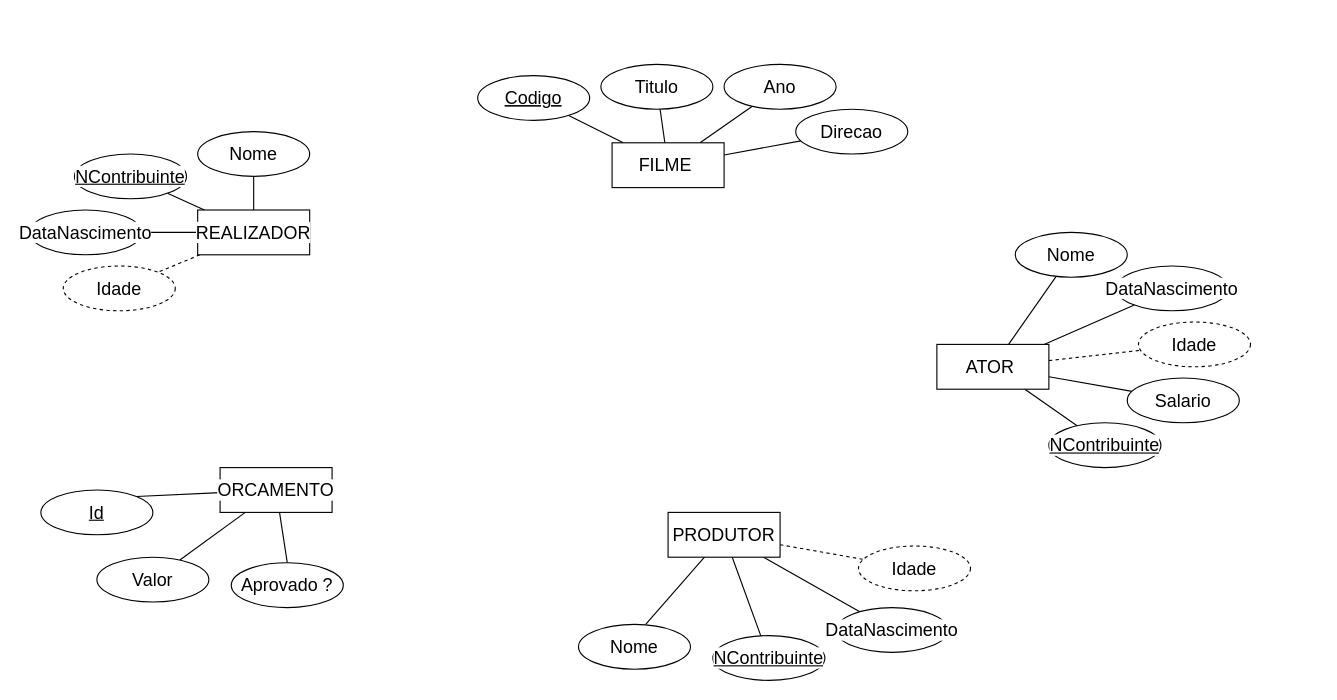
Earlier version of the draw.io diagram 2P-0811-TESTE-1-14622.drawio (Afas09/Analise-de-Sistemas). Source tidied: cells renumbered, new cells numbered last; positions are measured from the earlier drawing's top-left corner, leaving out a move shared by most shapes. Both pictures are drawn from the tidied source at 112%, with x=0, y=0 at pixel (29, 64).
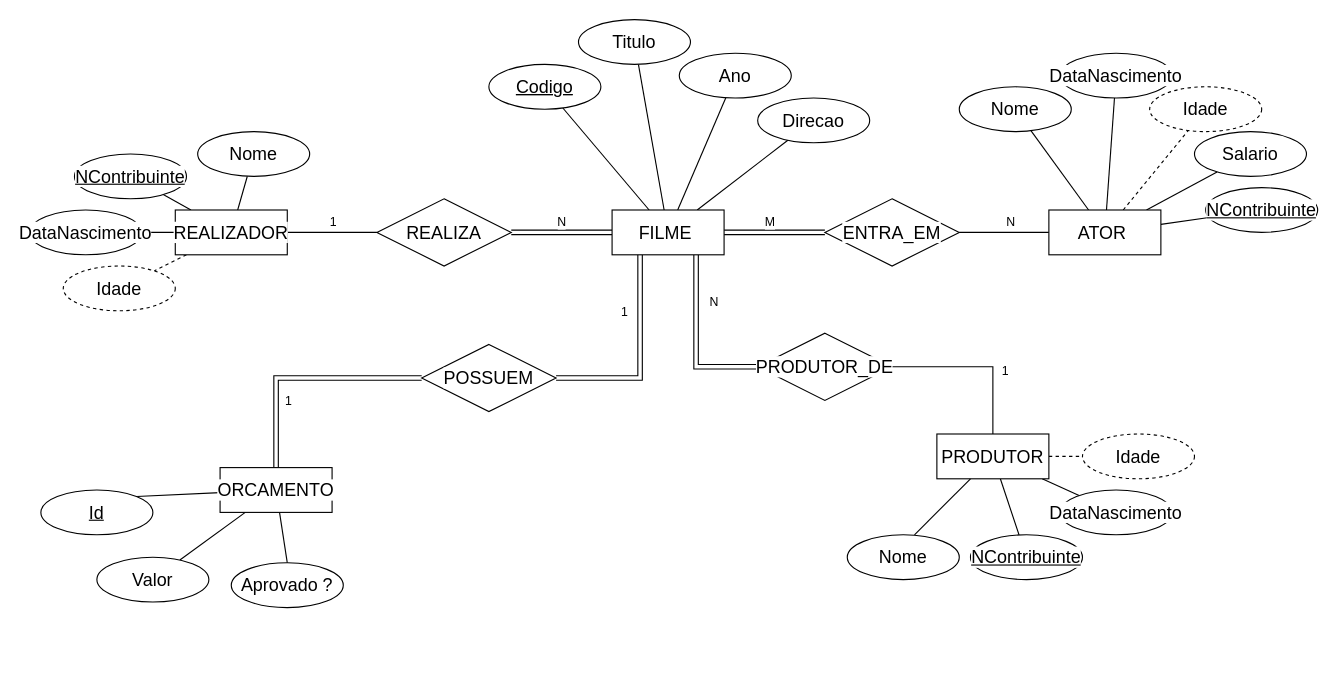
Above is the later version.

Unchanged cells that the change refers to:
```xml
<mxCell id="44" value="&lt;span id=&quot;docs-internal-guid-49eed530-7fff-8678-ce6c-9f40c225c63d&quot;&gt;&lt;span style=&quot;font-size: 12pt; font-family: Calibri, sans-serif; background-color: transparent; font-variant-numeric: normal; font-variant-east-asian: normal; font-variant-alternates: normal; font-variant-position: normal; font-variant-emoji: normal; vertical-align: baseline; white-space-collapse: preserve;&quot;&gt;ORCAMENTO&lt;/span&gt;&lt;/span&gt;" style="whiteSpace=wrap;html=1;align=center;fontFamily=Helvetica;fontSize=11;fontColor=default;labelBackgroundColor=default;" parent="1" vertex="1">
  <mxGeometry x="170" y="360" width="100" height="40" as="geometry" />
</mxCell>
```

Diff of the diagram source:
```diff
@@
+    <mxCell id="48" style="edgeStyle=orthogonalEdgeStyle;shape=link;rounded=0;jettySize=auto;html=1;entryX=0;entryY=0.5;entryDx=0;entryDy=0;strokeColor=default;align=center;verticalAlign=middle;fontFamily=Helvetica;fontSize=11;fontColor=default;labelBackgroundColor=default;endArrow=none;endFill=0;exitX=1;exitY=0.5;exitDx=0;exitDy=0;" parent="1" edge="1" source="6" target="64">
+      <mxGeometry relative="1" as="geometry" />
+    </mxCell>
+    <mxCell id="49" value="M" style="edgeLabel;html=1;align=center;verticalAlign=middle;fontFamily=Helvetica;fontSize=11;fontColor=default;labelBackgroundColor=default;" parent="48" vertex="1">
+      <mxGeometry x="0.07" y="4" relative="1" as="geometry">
+        <mxPoint x="-8" y="-6" as="offset" />
+      </mxGeometry>
+    </mxCell>
+    <mxCell id="50" style="edgeStyle=orthogonalEdgeStyle;rounded=0;jettySize=auto;html=1;entryX=1;entryY=0.5;entryDx=0;entryDy=0;strokeColor=default;align=center;verticalAlign=middle;fontFamily=Helvetica;fontSize=11;fontColor=default;labelBackgroundColor=default;endArrow=none;endFill=0;shape=link;" parent="1" edge="1" source="6" target="65">
+      <mxGeometry relative="1" as="geometry" />
+    </mxCell>
+    <mxCell id="51" value="N" style="edgeLabel;html=1;align=center;verticalAlign=middle;fontFamily=Helvetica;fontSize=11;fontColor=default;labelBackgroundColor=default;" parent="50" vertex="1">
+      <mxGeometry x="0.02" y="-1" relative="1" as="geometry">
+        <mxPoint y="-9" as="offset" />
+      </mxGeometry>
+    </mxCell>
+    <mxCell id="52" style="edgeStyle=orthogonalEdgeStyle;shape=link;rounded=0;jettySize=auto;html=1;entryX=0;entryY=0.5;entryDx=0;entryDy=0;strokeColor=default;align=center;verticalAlign=middle;fontFamily=Helvetica;fontSize=11;fontColor=default;labelBackgroundColor=default;endArrow=none;endFill=0;exitX=0.75;exitY=1;exitDx=0;exitDy=0;" parent="1" edge="1" source="6" target="66">
+      <mxGeometry relative="1" as="geometry" />
+    </mxCell>
+    <mxCell id="53" value="N" style="edgeLabel;html=1;align=center;verticalAlign=middle;fontFamily=Helvetica;fontSize=11;fontColor=default;labelBackgroundColor=default;" parent="52" vertex="1">
+      <mxGeometry x="-0.47" y="1" relative="1" as="geometry">
+        <mxPoint x="14" as="offset" />
+      </mxGeometry>
+    </mxCell>
+    <mxCell id="54" style="edgeStyle=orthogonalEdgeStyle;shape=link;rounded=0;jettySize=auto;html=1;entryX=1;entryY=0.5;entryDx=0;entryDy=0;strokeColor=default;align=center;verticalAlign=middle;fontFamily=Helvetica;fontSize=11;fontColor=default;labelBackgroundColor=default;endArrow=none;endFill=0;exitX=0.25;exitY=1;exitDx=0;exitDy=0;" parent="1" edge="1" source="6" target="67">
+      <mxGeometry relative="1" as="geometry" />
+    </mxCell>
+    <mxCell id="55" value="1" style="edgeLabel;html=1;align=center;verticalAlign=middle;fontFamily=Helvetica;fontSize=11;fontColor=default;labelBackgroundColor=default;" parent="54" vertex="1">
+      <mxGeometry x="-0.5" relative="1" as="geometry">
+        <mxPoint x="-15" y="4" as="offset" />
+      </mxGeometry>
+    </mxCell>
     <mxCell id="6" value="&lt;span style=&quot;font-size:12.0pt;font-family:&amp;quot;Calibri&amp;quot;,sans-serif;&lt;br/&gt;mso-fareast-font-family:Calibri;mso-ansi-language:PT;mso-fareast-language:PT;&lt;br/&gt;mso-bidi-language:AR-SA&quot;&gt;FILME&lt;/span&gt;&lt;span style=&quot;font-family: Calibri, sans-serif; font-size: 12pt; background-color: transparent; color: light-dark(rgb(0, 0, 0), rgb(255, 255, 255));&quot;&gt;&amp;nbsp;&lt;/span&gt;" style="whiteSpace=wrap;html=1;align=center;" parent="1" vertex="1">
-      <mxGeometry x="520" y="70" width="100" height="40" as="geometry" />
+      <mxGeometry x="520" y="130" width="100" height="40" as="geometry" />
     </mxCell>
     <mxCell id="7" value="&lt;u&gt;&lt;span style=&quot;font-size:12.0pt;font-family:&amp;quot;Calibri&amp;quot;,sans-serif;&lt;br/&gt;mso-fareast-font-family:Calibri;mso-ansi-language:PT;mso-fareast-language:PT;&lt;br/&gt;mso-bidi-language:AR-SA&quot;&gt;Codigo&lt;/span&gt;&lt;/u&gt;" style="ellipse;whiteSpace=wrap;html=1;align=center;fontStyle=4;" parent="1" vertex="1">
-      <mxGeometry x="400" y="10" width="100" height="40" as="geometry" />
+      <mxGeometry x="410" width="100" height="40" as="geometry" />
     </mxCell>
     <mxCell id="8" value="&lt;span style=&quot;font-size:12.0pt;font-family:&amp;quot;Calibri&amp;quot;,sans-serif;&lt;br/&gt;mso-fareast-font-family:Calibri;mso-ansi-language:PT;mso-fareast-language:PT;&lt;br/&gt;mso-bidi-language:AR-SA&quot;&gt;Titulo&lt;/span&gt;" style="ellipse;whiteSpace=wrap;html=1;align=center;" parent="1" vertex="1">
-      <mxGeometry x="510" width="100" height="40" as="geometry" />
+      <mxGeometry x="490" y="-40" width="100" height="40" as="geometry" />
     </mxCell>
     <mxCell id="9" value="&lt;span style=&quot;font-size:12.0pt;font-family:&amp;quot;Calibri&amp;quot;,sans-serif;&lt;br/&gt;mso-fareast-font-family:Calibri;mso-ansi-language:PT;mso-fareast-language:PT;&lt;br/&gt;mso-bidi-language:AR-SA&quot;&gt;Ano&lt;/span&gt;" style="ellipse;whiteSpace=wrap;html=1;align=center;" parent="1" vertex="1">
-      <mxGeometry x="620" width="100" height="40" as="geometry" />
+      <mxGeometry x="580" y="-10" width="100" height="40" as="geometry" />
     </mxCell>
     <mxCell id="10" value="&lt;span style=&quot;font-size:12.0pt;font-family:&amp;quot;Calibri&amp;quot;,sans-serif;&lt;br/&gt;mso-fareast-font-family:Calibri;mso-ansi-language:PT;mso-fareast-language:PT;&lt;br/&gt;mso-bidi-language:AR-SA&quot;&gt;Direcao&lt;/span&gt;" style="ellipse;whiteSpace=wrap;html=1;align=center;" parent="1" vertex="1">
-      <mxGeometry x="684" y="40" width="100" height="40" as="geometry" />
+      <mxGeometry x="650" y="30" width="100" height="40" as="geometry" />
     </mxCell>
@@
+    <mxCell id="56" style="edgeStyle=orthogonalEdgeStyle;rounded=0;jettySize=auto;html=1;strokeColor=default;align=center;verticalAlign=middle;fontFamily=Helvetica;fontSize=11;fontColor=default;labelBackgroundColor=default;endArrow=none;endFill=0;entryX=1;entryY=0.5;entryDx=0;entryDy=0;exitX=0;exitY=0.5;exitDx=0;exitDy=0;" parent="1" edge="1" source="16" target="64">
+      <mxGeometry relative="1" as="geometry" />
+    </mxCell>
+    <mxCell id="57" value="N" style="edgeLabel;html=1;align=center;verticalAlign=middle;fontFamily=Helvetica;fontSize=11;fontColor=default;labelBackgroundColor=default;" parent="56" vertex="1">
+      <mxGeometry x="-0.06" relative="1" as="geometry">
+        <mxPoint x="3" y="-10" as="offset" />
+      </mxGeometry>
+    </mxCell>
     <mxCell id="16" value="&lt;span style=&quot;font-size:12.0pt;font-family:&amp;quot;Calibri&amp;quot;,sans-serif;&lt;br/&gt;mso-fareast-font-family:Calibri;mso-ansi-language:PT;mso-fareast-language:PT;&lt;br/&gt;mso-bidi-language:AR-SA&quot;&gt;ATOR&amp;nbsp;&lt;/span&gt;" style="whiteSpace=wrap;html=1;align=center;fontFamily=Helvetica;fontSize=11;fontColor=default;labelBackgroundColor=default;" parent="1" vertex="1">
-      <mxGeometry x="810" y="250" width="100" height="40" as="geometry" />
+      <mxGeometry x="910" y="130" width="100" height="40" as="geometry" />
     </mxCell>
     <mxCell id="17" value="&lt;span id=&quot;docs-internal-guid-0371ab49-7fff-979e-7067-7fa7ec2a6fb4&quot;&gt;&lt;span style=&quot;font-size: 12pt; font-family: Calibri, sans-serif; background-color: transparent; font-variant-numeric: normal; font-variant-east-asian: normal; font-variant-alternates: normal; font-variant-position: normal; font-variant-emoji: normal; vertical-align: baseline; white-space-collapse: preserve;&quot;&gt;Nome&lt;/span&gt;&lt;/span&gt;" style="ellipse;whiteSpace=wrap;html=1;align=center;fontFamily=Helvetica;fontSize=11;fontColor=default;labelBackgroundColor=default;" parent="1" vertex="1">
-      <mxGeometry x="880" y="150" width="100" height="40" as="geometry" />
+      <mxGeometry x="830" y="20" width="100" height="40" as="geometry" />
     </mxCell>
     <mxCell id="18" value="&lt;span id=&quot;docs-internal-guid-423bd657-7fff-b02a-c126-72abb22664c3&quot;&gt;&lt;span style=&quot;font-size: 12pt; font-family: Calibri, sans-serif; background-color: transparent; font-variant-numeric: normal; font-variant-east-asian: normal; font-variant-alternates: normal; font-variant-position: normal; font-variant-emoji: normal; vertical-align: baseline; white-space-collapse: preserve;&quot;&gt;DataNascimento&lt;/span&gt;&lt;/span&gt;" style="ellipse;whiteSpace=wrap;html=1;align=center;fontFamily=Helvetica;fontSize=11;fontColor=default;labelBackgroundColor=default;" parent="1" vertex="1">
-      <mxGeometry x="970" y="180" width="100" height="40" as="geometry" />
+      <mxGeometry x="920" y="-10" width="100" height="40" as="geometry" />
     </mxCell>
     <mxCell id="19" value="&lt;span id=&quot;docs-internal-guid-ad1e4011-7fff-cea9-0ab7-0518d352ea27&quot;&gt;&lt;span style=&quot;font-size: 12pt; font-family: Calibri, sans-serif; background-color: transparent; font-variant-numeric: normal; font-variant-east-asian: normal; font-variant-alternates: normal; font-variant-position: normal; font-variant-emoji: normal; vertical-align: baseline; white-space-collapse: preserve;&quot;&gt;Idade&lt;/span&gt;&lt;/span&gt;" style="ellipse;whiteSpace=wrap;html=1;align=center;dashed=1;fontFamily=Helvetica;fontSize=11;fontColor=default;labelBackgroundColor=default;" parent="1" vertex="1">
-      <mxGeometry x="990" y="230" width="100" height="40" as="geometry" />
+      <mxGeometry x="1000" y="20" width="100" height="40" as="geometry" />
     </mxCell>
     <mxCell id="20" value="&lt;span id=&quot;docs-internal-guid-ade6428c-7fff-1b37-59b0-372400b72374&quot;&gt;&lt;span style=&quot;font-size: 12pt; font-family: Calibri, sans-serif; background-color: transparent; font-variant-numeric: normal; font-variant-east-asian: normal; font-variant-alternates: normal; font-variant-position: normal; font-variant-emoji: normal; vertical-align: baseline; white-space-collapse: preserve;&quot;&gt;Salario&lt;/span&gt;&lt;/span&gt;" style="ellipse;whiteSpace=wrap;html=1;align=center;fontFamily=Helvetica;fontSize=11;fontColor=default;labelBackgroundColor=default;" parent="1" vertex="1">
-      <mxGeometry x="980" y="280" width="100" height="40" as="geometry" />
+      <mxGeometry x="1040" y="60" width="100" height="40" as="geometry" />
     </mxCell>
     <mxCell id="21" value="&lt;span id=&quot;docs-internal-guid-d451ba34-7fff-3efa-a5a5-dec27b78d718&quot;&gt;&lt;span style=&quot;font-size: 12pt; font-family: Calibri, sans-serif; background-color: transparent; font-variant-numeric: normal; font-variant-east-asian: normal; font-variant-alternates: normal; font-variant-position: normal; font-variant-emoji: normal; text-decoration-skip-ink: none; vertical-align: baseline; white-space-collapse: preserve;&quot;&gt;NContribuinte&lt;/span&gt;&lt;/span&gt;" style="ellipse;whiteSpace=wrap;html=1;align=center;fontStyle=4;fontFamily=Helvetica;fontSize=11;fontColor=default;labelBackgroundColor=default;" parent="1" vertex="1">
-      <mxGeometry x="910" y="320" width="100" height="40" as="geometry" />
+      <mxGeometry x="1050" y="110" width="100" height="40" as="geometry" />
     </mxCell>
@@
+    <mxCell id="58" style="edgeStyle=orthogonalEdgeStyle;shape=connector;rounded=0;jettySize=auto;html=1;entryX=0;entryY=0.5;entryDx=0;entryDy=0;strokeColor=default;align=center;verticalAlign=middle;fontFamily=Helvetica;fontSize=11;fontColor=default;labelBackgroundColor=default;endArrow=none;endFill=0;" parent="1" edge="1" source="26" target="65">
+      <mxGeometry relative="1" as="geometry" />
+    </mxCell>
+    <mxCell id="59" value="1" style="edgeLabel;html=1;align=center;verticalAlign=middle;fontFamily=Helvetica;fontSize=11;fontColor=default;labelBackgroundColor=default;" parent="58" vertex="1">
+      <mxGeometry y="1" relative="1" as="geometry">
+        <mxPoint y="-9" as="offset" />
+      </mxGeometry>
+    </mxCell>
     <mxCell id="26" value="&lt;span id=&quot;docs-internal-guid-4d61b85c-7fff-92f9-6b1c-4a9c9fdcd876&quot;&gt;&lt;span style=&quot;font-size: 12pt; font-family: Calibri, sans-serif; background-color: transparent; font-variant-numeric: normal; font-variant-east-asian: normal; font-variant-alternates: normal; font-variant-position: normal; font-variant-emoji: normal; vertical-align: baseline; white-space-collapse: preserve;&quot;&gt;REALIZADOR&lt;/span&gt;&lt;/span&gt;" style="whiteSpace=wrap;html=1;align=center;fontFamily=Helvetica;fontSize=11;fontColor=default;labelBackgroundColor=default;" parent="1" vertex="1">
-      <mxGeometry x="150" y="130" width="100" height="40" as="geometry" />
+      <mxGeometry x="130" y="130" width="100" height="40" as="geometry" />
     </mxCell>
@@
+    <mxCell id="60" style="edgeStyle=orthogonalEdgeStyle;shape=connector;rounded=0;jettySize=auto;html=1;entryX=1;entryY=0.5;entryDx=0;entryDy=0;strokeColor=default;align=center;verticalAlign=middle;fontFamily=Helvetica;fontSize=11;fontColor=default;labelBackgroundColor=default;endArrow=none;endFill=0;exitX=0.5;exitY=0;exitDx=0;exitDy=0;" parent="1" edge="1" source="35" target="66">
+      <mxGeometry relative="1" as="geometry" />
+    </mxCell>
+    <mxCell id="61" value="1" style="edgeLabel;html=1;align=center;verticalAlign=middle;fontFamily=Helvetica;fontSize=11;fontColor=default;labelBackgroundColor=default;" parent="60" vertex="1">
+      <mxGeometry x="-0.24" y="2" relative="1" as="geometry">
+        <mxPoint x="12" as="offset" />
+      </mxGeometry>
+    </mxCell>
     <mxCell id="35" value="&lt;span id=&quot;docs-internal-guid-b2d54f66-7fff-5687-37bf-8b39f0719b1a&quot;&gt;&lt;span style=&quot;font-size: 12pt; font-family: Calibri, sans-serif; background-color: transparent; font-variant-numeric: normal; font-variant-east-asian: normal; font-variant-alternates: normal; font-variant-position: normal; font-variant-emoji: normal; vertical-align: baseline; white-space-collapse: preserve;&quot;&gt;PRODUTOR&lt;/span&gt;&lt;/span&gt;" style="whiteSpace=wrap;html=1;align=center;fontFamily=Helvetica;fontSize=11;fontColor=default;labelBackgroundColor=default;" parent="1" vertex="1">
-      <mxGeometry x="570" y="400" width="100" height="40" as="geometry" />
+      <mxGeometry x="810" y="330" width="100" height="40" as="geometry" />
     </mxCell>
     <mxCell id="36" value="&lt;span id=&quot;docs-internal-guid-8cafcc89-7fff-78b6-0d9a-813812813ad6&quot;&gt;&lt;span style=&quot;font-size: 12pt; font-family: Calibri, sans-serif; background-color: transparent; font-variant-numeric: normal; font-variant-east-asian: normal; font-variant-alternates: normal; font-variant-position: normal; font-variant-emoji: normal; vertical-align: baseline; white-space-collapse: preserve;&quot;&gt;Nome&lt;/span&gt;&lt;/span&gt;" style="ellipse;whiteSpace=wrap;html=1;align=center;fontFamily=Helvetica;fontSize=11;fontColor=default;labelBackgroundColor=default;" parent="1" vertex="1">
-      <mxGeometry x="490" y="500" width="100" height="40" as="geometry" />
+      <mxGeometry x="730" y="420" width="100" height="40" as="geometry" />
     </mxCell>
     <mxCell id="37" value="&lt;span id=&quot;docs-internal-guid-d2da87bc-7fff-96f9-a4d0-bf21345c0ce1&quot;&gt;&lt;span style=&quot;font-size: 12pt; font-family: Calibri, sans-serif; background-color: transparent; font-variant-numeric: normal; font-variant-east-asian: normal; font-variant-alternates: normal; font-variant-position: normal; font-variant-emoji: normal; text-decoration-skip-ink: none; vertical-align: baseline; white-space-collapse: preserve;&quot;&gt;NContribuinte&lt;/span&gt;&lt;/span&gt;" style="ellipse;whiteSpace=wrap;html=1;align=center;fontStyle=4;fontFamily=Helvetica;fontSize=11;fontColor=default;labelBackgroundColor=default;" parent="1" vertex="1">
-      <mxGeometry x="610" y="510" width="100" height="40" as="geometry" />
+      <mxGeometry x="840" y="420" width="100" height="40" as="geometry" />
     </mxCell>
     <mxCell id="38" value="&lt;span id=&quot;docs-internal-guid-aed1f9fe-7fff-bc9a-0d7f-64c67cd5fec5&quot;&gt;&lt;span style=&quot;font-size: 12pt; font-family: Calibri, sans-serif; background-color: transparent; font-variant-numeric: normal; font-variant-east-asian: normal; font-variant-alternates: normal; font-variant-position: normal; font-variant-emoji: normal; vertical-align: baseline; white-space-collapse: preserve;&quot;&gt;DataNascimento&lt;/span&gt;&lt;/span&gt;" style="ellipse;whiteSpace=wrap;html=1;align=center;fontFamily=Helvetica;fontSize=11;fontColor=default;labelBackgroundColor=default;" parent="1" vertex="1">
-      <mxGeometry x="720" y="485" width="100" height="40" as="geometry" />
+      <mxGeometry x="920" y="380" width="100" height="40" as="geometry" />
     </mxCell>
     <mxCell id="39" value="&lt;span id=&quot;docs-internal-guid-2ebb92ab-7fff-d668-7bc4-3486c3f004b3&quot;&gt;&lt;span style=&quot;font-size: 12pt; font-family: Calibri, sans-serif; background-color: transparent; font-variant-numeric: normal; font-variant-east-asian: normal; font-variant-alternates: normal; font-variant-position: normal; font-variant-emoji: normal; vertical-align: baseline; white-space-collapse: preserve;&quot;&gt;Idade&lt;/span&gt;&lt;/span&gt;" style="ellipse;whiteSpace=wrap;html=1;align=center;dashed=1;fontFamily=Helvetica;fontSize=11;fontColor=default;labelBackgroundColor=default;" parent="1" vertex="1">
-      <mxGeometry x="740" y="430" width="100" height="40" as="geometry" />
+      <mxGeometry x="940" y="330" width="100" height="40" as="geometry" />
     </mxCell>
@@
+    <mxCell id="62" style="edgeStyle=orthogonalEdgeStyle;shape=link;rounded=0;jettySize=auto;html=1;entryX=0;entryY=0.5;entryDx=0;entryDy=0;strokeColor=default;align=center;verticalAlign=middle;fontFamily=Helvetica;fontSize=11;fontColor=default;labelBackgroundColor=default;endArrow=none;endFill=0;exitX=0.5;exitY=0;exitDx=0;exitDy=0;" parent="1" edge="1" source="44" target="67">
+      <mxGeometry relative="1" as="geometry" />
+    </mxCell>
+    <mxCell id="63" value="1" style="edgeLabel;html=1;align=center;verticalAlign=middle;fontFamily=Helvetica;fontSize=11;fontColor=default;labelBackgroundColor=default;" parent="62" vertex="1">
+      <mxGeometry x="-0.42" y="-4" relative="1" as="geometry">
+        <mxPoint x="6" y="1" as="offset" />
+      </mxGeometry>
+    </mxCell>
@@
+    <mxCell id="64" value="&lt;span id=&quot;docs-internal-guid-aebaa83b-7fff-32f6-c52b-7ff52ad82057&quot;&gt;&lt;span style=&quot;font-size: 12pt; font-family: Calibri, sans-serif; background-color: transparent; font-variant-numeric: normal; font-variant-east-asian: normal; font-variant-alternates: normal; font-variant-position: normal; font-variant-emoji: normal; vertical-align: baseline; white-space-collapse: preserve;&quot;&gt;ENTRA_EM&lt;/span&gt;&lt;/span&gt;" style="shape=rhombus;perimeter=rhombusPerimeter;whiteSpace=wrap;html=1;align=center;fontFamily=Helvetica;fontSize=11;fontColor=default;labelBackgroundColor=default;" parent="1" vertex="1">
+      <mxGeometry x="710" y="120" width="120" height="60" as="geometry" />
+    </mxCell>
+    <mxCell id="65" value="&lt;span id=&quot;docs-internal-guid-b1fdf37b-7fff-99a4-d2f7-fcfe3d2e9604&quot;&gt;&lt;span style=&quot;font-size: 12pt; font-family: Calibri, sans-serif; background-color: transparent; font-variant-numeric: normal; font-variant-east-asian: normal; font-variant-alternates: normal; font-variant-position: normal; font-variant-emoji: normal; vertical-align: baseline; white-space-collapse: preserve;&quot;&gt;REALIZA&lt;/span&gt;&lt;/span&gt;" style="shape=rhombus;perimeter=rhombusPerimeter;whiteSpace=wrap;html=1;align=center;fontFamily=Helvetica;fontSize=11;fontColor=default;labelBackgroundColor=default;" parent="1" vertex="1">
+      <mxGeometry x="310" y="120" width="120" height="60" as="geometry" />
+    </mxCell>
+    <mxCell id="66" value="&lt;span id=&quot;docs-internal-guid-b3b3ce8a-7fff-3123-7a66-244fb88cfd76&quot;&gt;&lt;span style=&quot;font-size: 12pt; font-family: Calibri, sans-serif; background-color: transparent; font-variant-numeric: normal; font-variant-east-asian: normal; font-variant-alternates: normal; font-variant-position: normal; font-variant-emoji: normal; vertical-align: baseline; white-space-collapse: preserve;&quot;&gt;PRODUTOR_DE&lt;/span&gt;&lt;/span&gt;" style="shape=rhombus;perimeter=rhombusPerimeter;whiteSpace=wrap;html=1;align=center;fontFamily=Helvetica;fontSize=11;fontColor=default;labelBackgroundColor=default;" parent="1" vertex="1">
+      <mxGeometry x="650" y="240" width="120" height="60" as="geometry" />
+    </mxCell>
+    <mxCell id="67" value="&lt;span id=&quot;docs-internal-guid-8954fc83-7fff-9903-9873-aa58412d1a40&quot;&gt;&lt;span style=&quot;font-size: 12pt; font-family: Calibri, sans-serif; background-color: transparent; font-variant-numeric: normal; font-variant-east-asian: normal; font-variant-alternates: normal; font-variant-position: normal; font-variant-emoji: normal; vertical-align: baseline; white-space-collapse: preserve;&quot;&gt;POSSUEM&lt;/span&gt;&lt;/span&gt;" style="shape=rhombus;perimeter=rhombusPerimeter;whiteSpace=wrap;html=1;align=center;fontFamily=Helvetica;fontSize=11;fontColor=default;labelBackgroundColor=default;" parent="1" vertex="1">
+      <mxGeometry x="350" y="250" width="120" height="60" as="geometry" />
+    </mxCell>
```
